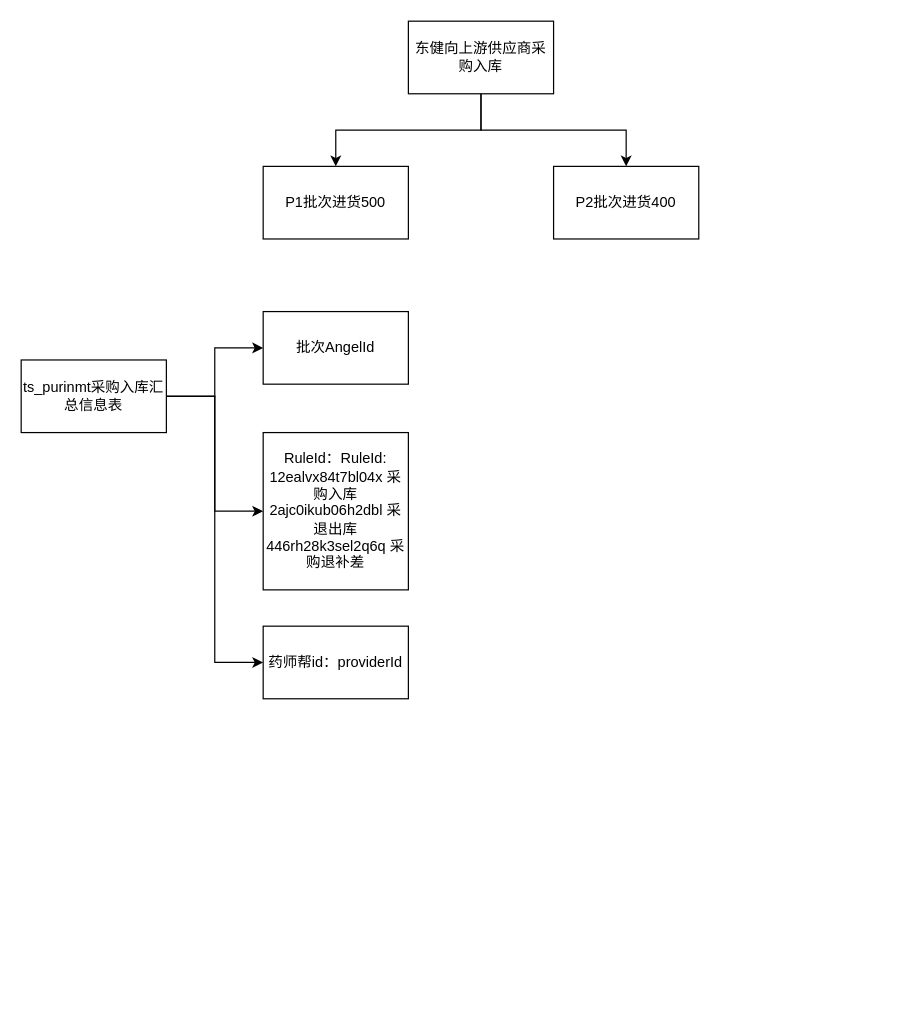
Earlier version of the draw.io diagram gitskills/溯源摊分情况.drawio (benbenbo/learngit). Source tidied: cells renumbered, new cells numbered last; positions are measured from the earlier drawing's top-left corner, leaving out a move shared by most shapes. Both pictures are drawn from the tidied source at 121%, with x=0, y=0 at pixel (21, 21).
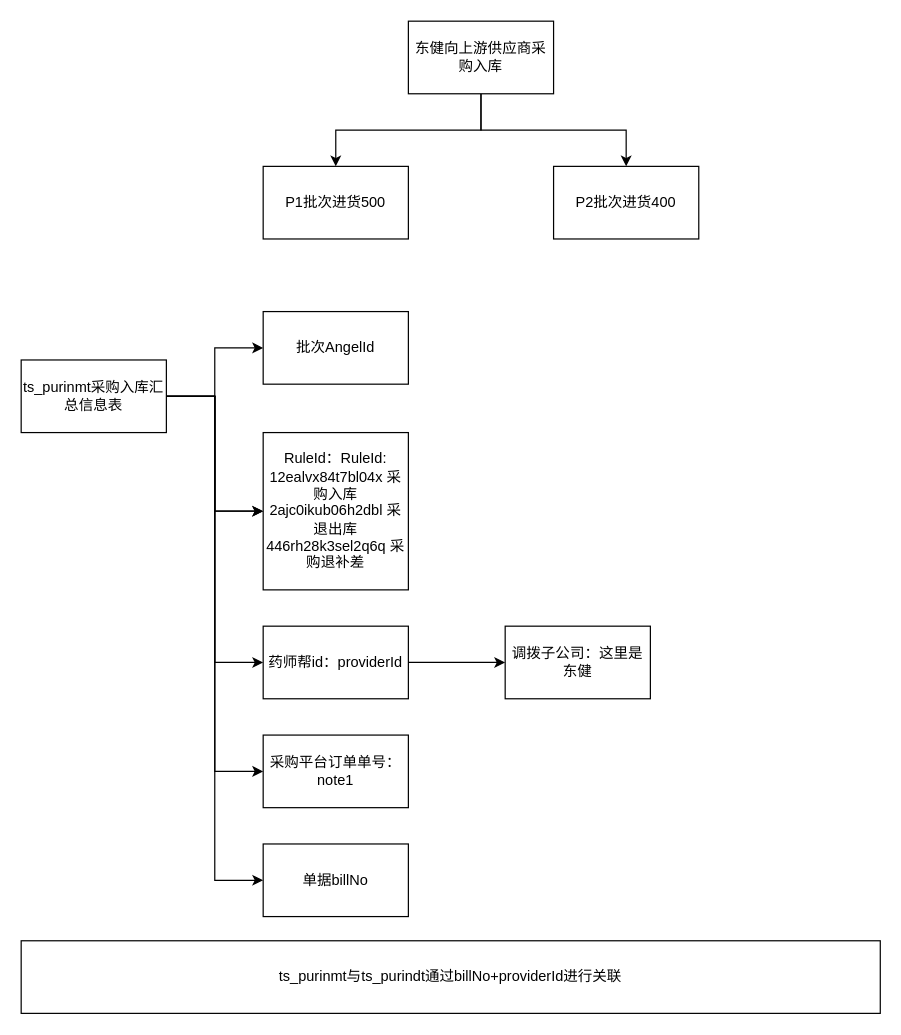
The same diagram, later.

Commit message (it also covers changes not shown here):
Update 溯源摊分情况.drawio

The change refers to these unchanged cells:
```xml
<mxCell id="10" value="ts_purinmt采购入库汇总信息表" style="rounded=0;whiteSpace=wrap;html=1;" parent="1" vertex="1">
  <mxGeometry y="280" width="120" height="60" as="geometry" />
</mxCell>
<mxCell id="12" value="RuleId：&lt;span&gt;RuleId:&lt;/span&gt;&lt;div&gt;12ealvx84t7bl04x 采购入库&lt;/div&gt;&lt;div&gt;2ajc0ikub06h2dbl 采退出库446rh28k3sel2q6q 采购退补差&lt;/div&gt;" style="rounded=0;whiteSpace=wrap;html=1;" parent="1" vertex="1">
  <mxGeometry x="200" y="340" width="120" height="130" as="geometry" />
</mxCell>
<mxCell id="13" value="药师帮id：providerId" style="rounded=0;whiteSpace=wrap;html=1;" parent="1" vertex="1">
  <mxGeometry x="200" y="500" width="120" height="60" as="geometry" />
</mxCell>
```

Change to the diagram source:
```diff
@@
+    <mxCell id="14" style="edgeStyle=orthogonalEdgeStyle;rounded=0;jettySize=auto;html=1;" parent="1" edge="1" source="10" target="12">
+      <mxGeometry relative="1" as="geometry" />
+    </mxCell>
+    <mxCell id="15" style="edgeStyle=orthogonalEdgeStyle;rounded=0;jettySize=auto;html=1;entryX=0;entryY=0.5;entryDx=0;entryDy=0;" parent="1" edge="1" source="10" target="19">
+      <mxGeometry relative="1" as="geometry" />
+    </mxCell>
+    <mxCell id="16" style="edgeStyle=orthogonalEdgeStyle;rounded=0;jettySize=auto;html=1;entryX=0;entryY=0.5;entryDx=0;entryDy=0;" parent="1" edge="1" source="10" target="20">
+      <mxGeometry relative="1" as="geometry" />
+    </mxCell>
@@
+    <mxCell id="17" style="edgeStyle=orthogonalEdgeStyle;rounded=0;jettySize=auto;html=1;" parent="1" edge="1" source="13" target="18">
+      <mxGeometry relative="1" as="geometry" />
+    </mxCell>
@@
+    <mxCell id="18" value="调拨子公司：这里是东健" style="rounded=0;whiteSpace=wrap;html=1;" parent="1" vertex="1">
+      <mxGeometry x="400" y="500" width="120" height="60" as="geometry" />
+    </mxCell>
+    <mxCell id="19" value="采购平台订单单号：note1" style="rounded=0;whiteSpace=wrap;html=1;" parent="1" vertex="1">
+      <mxGeometry x="200" y="590" width="120" height="60" as="geometry" />
+    </mxCell>
+    <mxCell id="20" value="单据billNo" style="rounded=0;whiteSpace=wrap;html=1;" parent="1" vertex="1">
+      <mxGeometry x="200" y="680" width="120" height="60" as="geometry" />
+    </mxCell>
+    <mxCell id="21" value="&lt;span&gt;ts_purinmt与&lt;/span&gt;ts_purindt通过billNo+providerId进行关联" style="rounded=0;whiteSpace=wrap;html=1;" parent="1" vertex="1">
+      <mxGeometry y="760" width="710" height="60" as="geometry" />
+    </mxCell>
```
